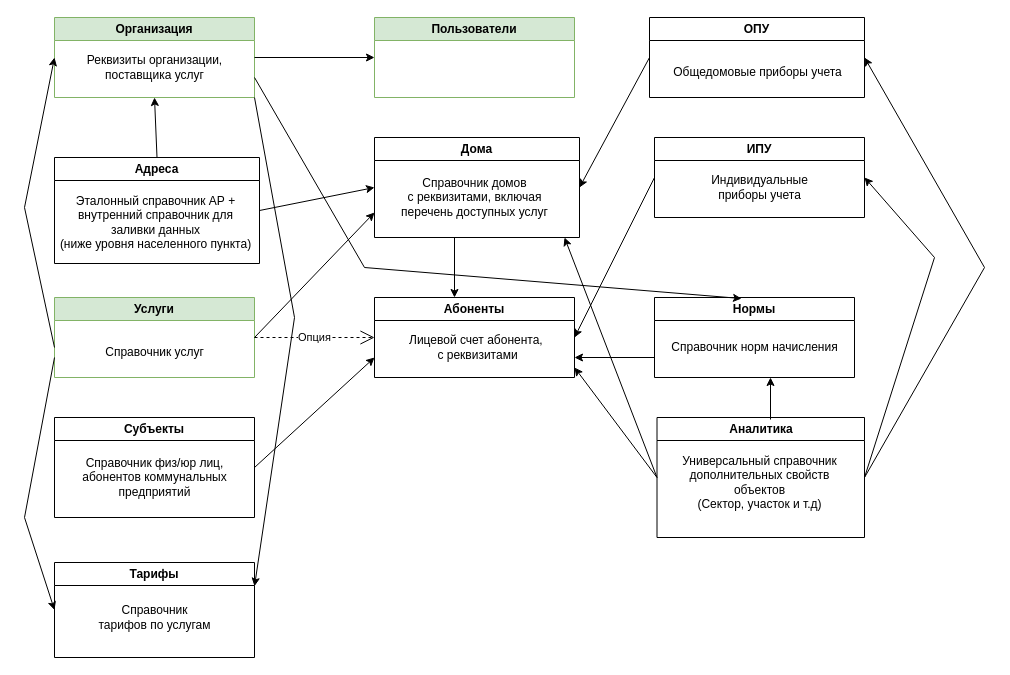
This is ERBill.drawio from mr-vic/billing, a draw.io file, before an edit. Source tidied: cells renumbered, new cells numbered last; positions are measured from the earlier drawing's top-left corner, leaving out a move shared by most shapes. Both pictures are drawn from the tidied source at 100%, with x=0, y=0 at pixel (24, 17).
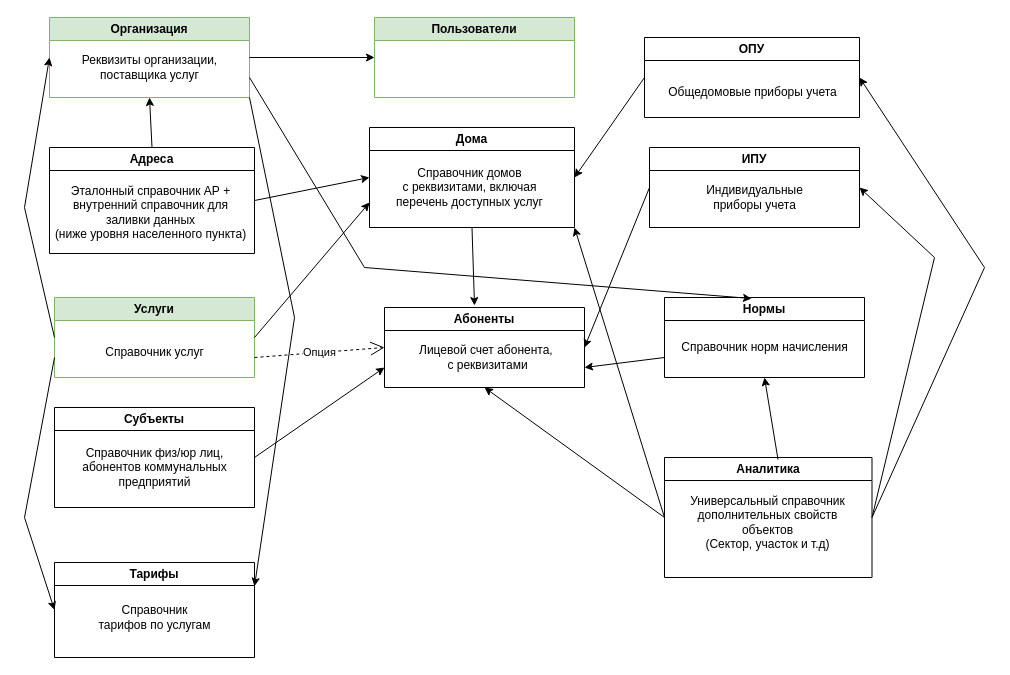
After the change.

The change refers to these unchanged cells:
```xml
<mxCell id="9" value="Услуги" style="swimlane;whiteSpace=wrap;html=1;fillColor=#d5e8d4;strokeColor=#82b366;" parent="1" vertex="1">
  <mxGeometry x="30" y="280" width="200" height="80" as="geometry" />
</mxCell>
```

Diff of the diagram source:
```diff
@@
     <mxCell id="2" value="Организация" style="swimlane;whiteSpace=wrap;html=1;fillColor=#d5e8d4;strokeColor=#82b366;" parent="1" vertex="1">
-      <mxGeometry x="30" width="200" height="80" as="geometry" />
+      <mxGeometry x="25" width="200" height="80" as="geometry" />
     </mxCell>
@@
     <mxCell id="6" value="Адреса" style="swimlane;whiteSpace=wrap;html=1;" parent="1" vertex="1">
-      <mxGeometry x="30" y="140" width="205" height="106" as="geometry" />
+      <mxGeometry x="25" y="130" width="205" height="106" as="geometry" />
     </mxCell>
@@
     <mxCell id="11" value="Дома" style="swimlane;whiteSpace=wrap;html=1;" parent="1" vertex="1">
-      <mxGeometry x="350" y="120" width="205" height="100" as="geometry" />
+      <mxGeometry x="345" y="110" width="205" height="100" as="geometry" />
     </mxCell>
@@
     <mxCell id="15" value="Субъекты" style="swimlane;whiteSpace=wrap;html=1;" parent="1" vertex="1">
-      <mxGeometry x="30" y="400" width="200" height="100" as="geometry" />
+      <mxGeometry x="30" y="390" width="200" height="100" as="geometry" />
     </mxCell>
@@
     <mxCell id="17" value="Абоненты" style="swimlane;whiteSpace=wrap;html=1;" parent="1" vertex="1">
-      <mxGeometry x="350" y="280" width="200" height="80" as="geometry" />
+      <mxGeometry x="360" y="290" width="200" height="80" as="geometry" />
     </mxCell>
@@
-    <mxCell id="20" style="endArrow=classic;html=1;rounded=0;" parent="1" edge="1">
-      <mxGeometry relative="1" as="geometry">
-        <mxPoint x="430" y="220" as="sourcePoint" />
-        <mxPoint x="430" y="280" as="targetPoint" />
-      </mxGeometry>
+    <mxCell id="20" style="endArrow=classic;html=1;rounded=0;entryX=0.45;entryY=-0.025;entryDx=0;entryDy=0;entryPerimeter=0;exitX=0.5;exitY=1;exitDx=0;exitDy=0;" parent="1" edge="1" source="11" target="17">
+      <mxGeometry relative="1" as="geometry" />
     </mxCell>
-    <mxCell id="21" style="endArrow=classic;html=1;rounded=0;entryX=0;entryY=0.5;entryDx=0;entryDy=0;" parent="1" edge="1" target="2">
+    <mxCell id="21" style="endArrow=classic;html=1;rounded=0;entryX=0;entryY=0.5;entryDx=0;entryDy=0;exitX=0;exitY=0.5;exitDx=0;exitDy=0;" parent="1" edge="1" source="9" target="2">
       <mxGeometry relative="1" as="geometry">
-        <mxPoint x="30" y="330" as="sourcePoint" />
         <Array as="points">
           <mxPoint y="190" />
         </Array>
       </mxGeometry>
     </mxCell>
-    <mxCell id="22" value="Опция" style="endArrow=open;endSize=12;dashed=1;html=1;rounded=0;exitX=1;exitY=0.5;exitDx=0;exitDy=0;" parent="1" edge="1" source="9">
-      <mxGeometry relative="1" as="geometry">
-        <mxPoint x="350" y="320" as="targetPoint" />
-      </mxGeometry>
+    <mxCell id="22" value="Опция" style="endArrow=open;endSize=12;dashed=1;html=1;rounded=0;entryX=0;entryY=0.5;entryDx=0;entryDy=0;exitX=1;exitY=0.75;exitDx=0;exitDy=0;" parent="1" edge="1" source="9" target="17">
+      <mxGeometry relative="1" as="geometry" />
     </mxCell>
     <mxCell id="23" value="ОПУ" style="swimlane;whiteSpace=wrap;html=1;" parent="1" vertex="1">
-      <mxGeometry x="625" width="215" height="80" as="geometry" />
+      <mxGeometry x="620" y="20" width="215" height="80" as="geometry" />
     </mxCell>
@@
     <mxCell id="26" value="ИПУ" style="swimlane;whiteSpace=wrap;html=1;" parent="1" vertex="1">
-      <mxGeometry x="630" y="120" width="210" height="80" as="geometry" />
+      <mxGeometry x="625" y="130" width="210" height="80" as="geometry" />
     </mxCell>
@@
     <mxCell id="33" value="Нормы" style="swimlane;whiteSpace=wrap;html=1;" parent="1" vertex="1">
-      <mxGeometry x="630" y="280" width="200" height="80" as="geometry" />
+      <mxGeometry x="640" y="280" width="200" height="80" as="geometry" />
     </mxCell>
@@
     <mxCell id="37" value="Аналитика" style="swimlane;whiteSpace=wrap;html=1;" parent="1" vertex="1">
-      <mxGeometry x="632.5" y="400" width="207.5" height="120" as="geometry" />
+      <mxGeometry x="640" y="440" width="207.5" height="120" as="geometry" />
     </mxCell>
@@
-    <mxCell id="39" style="endArrow=classic;html=1;rounded=0;exitX=0;exitY=0.5;exitDx=0;exitDy=0;" parent="1" edge="1" source="37">
-      <mxGeometry relative="1" as="geometry">
-        <mxPoint x="550" y="350" as="targetPoint" />
-      </mxGeometry>
+    <mxCell id="39" style="endArrow=classic;html=1;rounded=0;exitX=0;exitY=0.5;exitDx=0;exitDy=0;entryX=0.5;entryY=1;entryDx=0;entryDy=0;" parent="1" edge="1" source="37" target="17">
+      <mxGeometry relative="1" as="geometry" />
     </mxCell>
-    <mxCell id="40" style="endArrow=classic;html=1;rounded=0;exitX=0;exitY=0.5;exitDx=0;exitDy=0;" parent="1" edge="1" source="37">
-      <mxGeometry relative="1" as="geometry">
-        <mxPoint x="540" y="220" as="targetPoint" />
-      </mxGeometry>
+    <mxCell id="40" style="endArrow=classic;html=1;rounded=0;exitX=0;exitY=0.5;exitDx=0;exitDy=0;entryX=1;entryY=1;entryDx=0;entryDy=0;" parent="1" edge="1" source="37" target="11">
+      <mxGeometry relative="1" as="geometry" />
     </mxCell>
@@
-    <mxCell id="42" style="endArrow=classic;html=1;rounded=0;entryX=1;entryY=0.5;entryDx=0;entryDy=0;" parent="1" edge="1" target="26">
+    <mxCell id="42" style="endArrow=classic;html=1;rounded=0;entryX=1;entryY=0.5;entryDx=0;entryDy=0;exitX=1;exitY=0.5;exitDx=0;exitDy=0;" parent="1" edge="1" source="37" target="26">
       <mxGeometry relative="1" as="geometry">
-        <mxPoint x="840" y="460" as="sourcePoint" />
         <Array as="points">
           <mxPoint x="910" y="240" />
         </Array>
       </mxGeometry>
     </mxCell>
-    <mxCell id="43" style="endArrow=classic;html=1;rounded=0;exitX=0.547;exitY=0.017;exitDx=0;exitDy=0;exitPerimeter=0;" parent="1" edge="1" source="37">
-      <mxGeometry relative="1" as="geometry">
-        <mxPoint x="746" y="360" as="targetPoint" />
-      </mxGeometry>
+    <mxCell id="43" style="endArrow=classic;html=1;rounded=0;exitX=0.547;exitY=0.017;exitDx=0;exitDy=0;exitPerimeter=0;entryX=0.5;entryY=1;entryDx=0;entryDy=0;" parent="1" edge="1" source="37" target="33">
+      <mxGeometry relative="1" as="geometry" />
     </mxCell>
```
